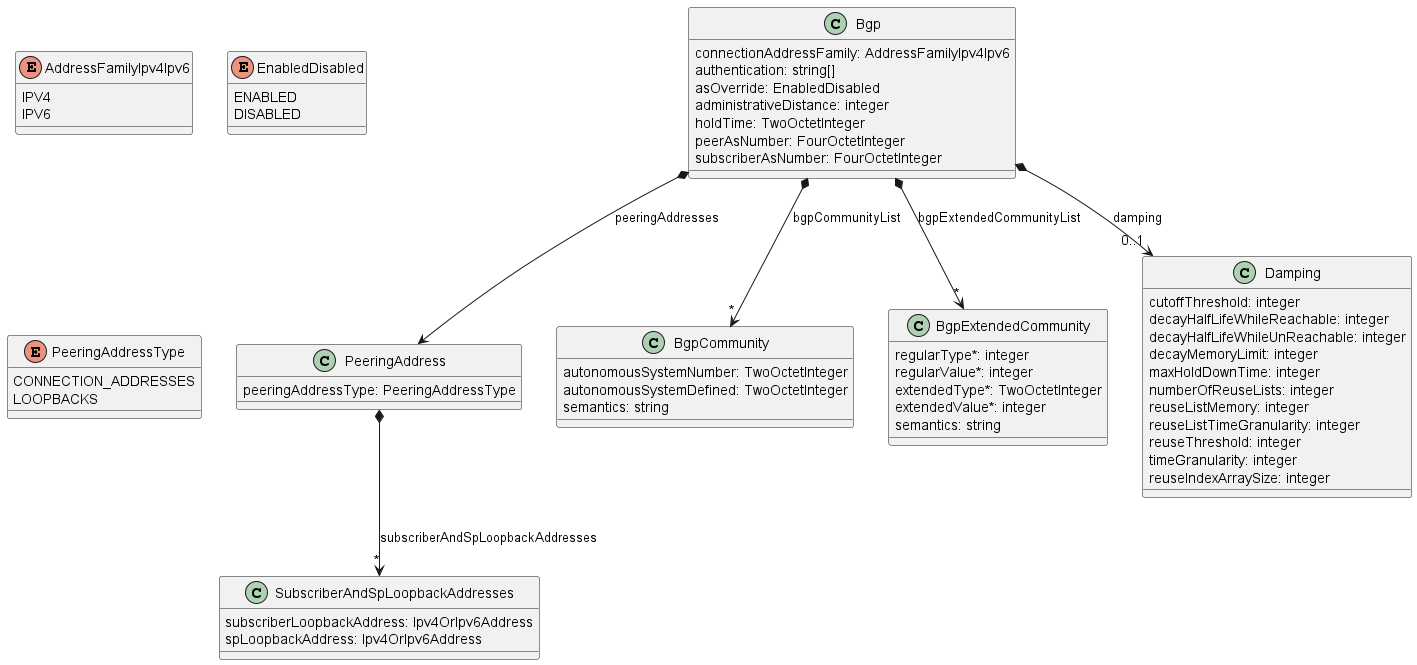
MEF-GIT/MEF-LSO-Sonata-SDK keeps this PlantUML diagram as documentation/productSchema/ip/internetAccess/MEF 139.1 resources/media/13BGP.png. Above is the earlier version.
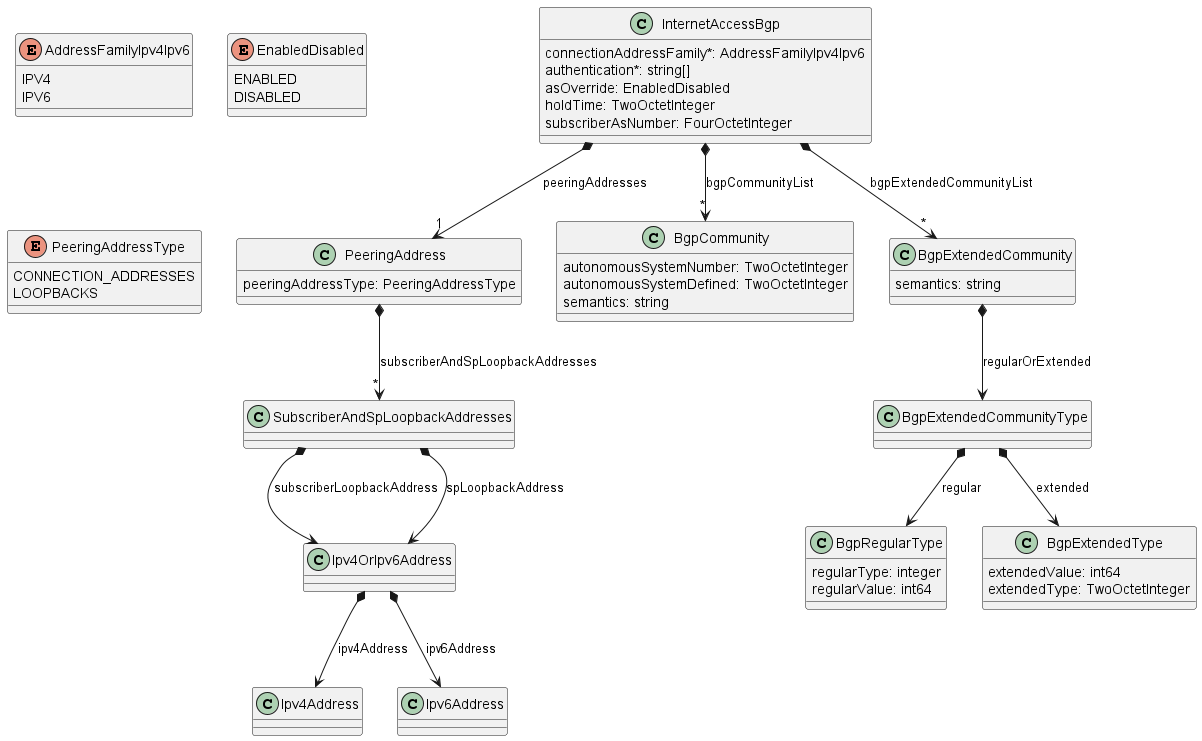
After the change.

The edit, as a diff of the source:
```diff
@@ -1,25 +1,16 @@
 @startuml
+class InternetAccessBgp {
 
-
-
-
-class Bgp {
-
-    connectionAddressFamily: AddressFamilyIpv4Ipv6
-    authentication: string[]
+    connectionAddressFamily*: AddressFamilyIpv4Ipv6
+    authentication*: string[]
     asOverride: EnabledDisabled
-    administrativeDistance: integer
     holdTime: TwoOctetInteger
-    peerAsNumber: FourOctetInteger
     subscriberAsNumber: FourOctetInteger
 }
 
-
-Bgp *--> PeeringAddress : peeringAddresses
-Bgp *-->"*" BgpCommunity : bgpCommunityList
-Bgp *-->"*" BgpExtendedCommunity : bgpExtendedCommunityList
-Bgp *-->"0..1" Damping : damping
-
+InternetAccessBgp *-->"1" PeeringAddress : peeringAddresses
+InternetAccessBgp *-->"*" BgpCommunity : bgpCommunityList
+InternetAccessBgp *-->"*" BgpExtendedCommunity : bgpExtendedCommunityList
 
 class BgpCommunity {
     autonomousSystemNumber: TwoOctetInteger
@@ -30,12 +21,34 @@
 
 class BgpExtendedCommunity {
 
-    regularType*: integer
-    regularValue*: integer
-    extendedType*: TwoOctetInteger
-    extendedValue*: integer
     semantics: string
 }
+
+BgpExtendedCommunity *--> BgpExtendedCommunityType : regularOrExtended
+
+
+class BgpExtendedCommunityType {
+
+}
+
+BgpExtendedCommunityType *--> BgpRegularType : regular
+BgpExtendedCommunityType *--> BgpExtendedType : extended
+
+
+class BgpExtendedType {
+
+    extendedValue: int64
+    extendedType: TwoOctetInteger
+}
+
+
+
+class BgpRegularType {
+
+    regularType: integer
+    regularValue: int64
+}
+
 
 
 
@@ -67,25 +80,21 @@
 }
 
 
+class SubscriberAndSpLoopbackAddresses {
 
-class Damping {
+}
 
-    cutoffThreshold: integer
-    decayHalfLifeWhileReachable: integer
-    decayHalfLifeWhileUnReachable: integer
-    decayMemoryLimit: integer
-    maxHoldDownTime: integer
-    numberOfReuseLists: integer
-    reuseListMemory: integer
-    reuseListTimeGranularity: integer
-    reuseThreshold: integer
-    timeGranularity: integer
-    reuseIndexArraySize: integer
+SubscriberAndSpLoopbackAddresses *--> Ipv4OrIpv6Address : subscriberLoopbackAddress
+SubscriberAndSpLoopbackAddresses *--> Ipv4OrIpv6Address : spLoopbackAddress
+
+
+
+class Ipv4OrIpv6Address {
+
 }
-class SubscriberAndSpLoopbackAddresses {
-    subscriberLoopbackAddress: Ipv4OrIpv6Address
-    spLoopbackAddress: Ipv4OrIpv6Address
-}
+
+Ipv4OrIpv6Address *--> Ipv4Address : ipv4Address
+Ipv4OrIpv6Address *--> Ipv6Address : ipv6Address
 
 
 
```
